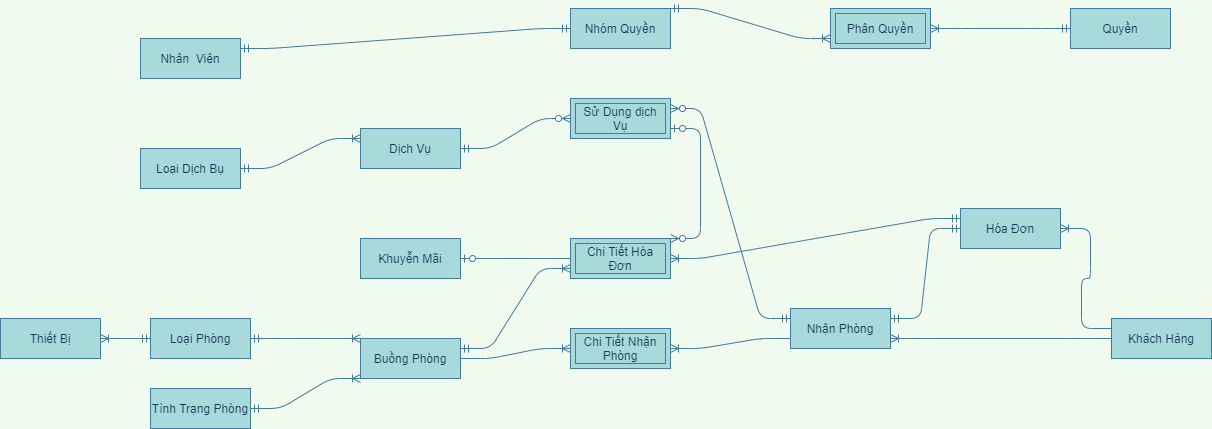
This is EntityRelationship-QLKS.png from maialino123/QLKS, a draw.io export, as it was before one commit. Source tidied: cells renumbered, new cells last; positions are measured from the earlier drawing's top-left corner, leaving out a move shared by most shapes.
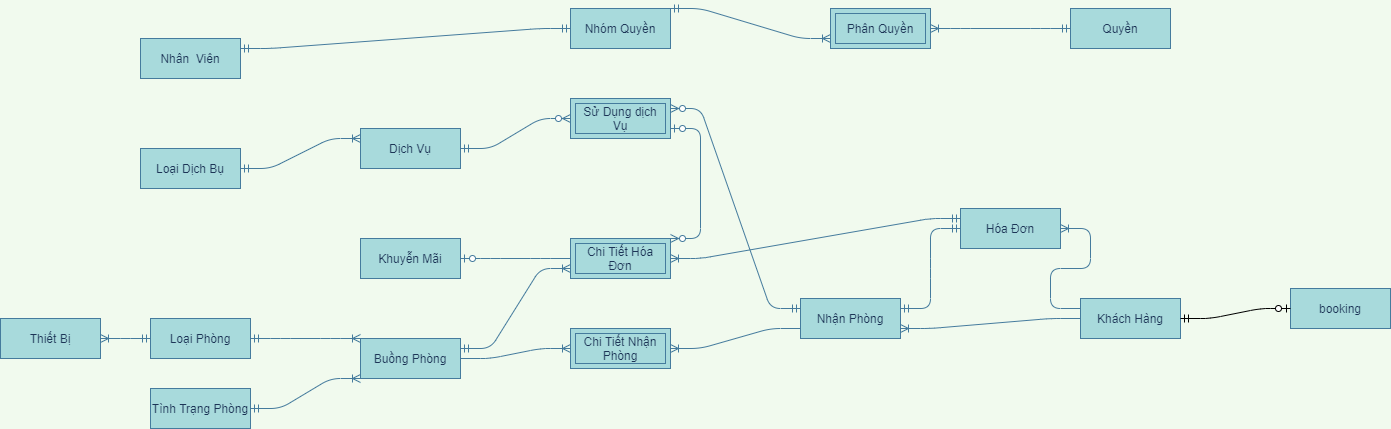
Later version of the same file.

The edit, as a diff of the source:
```diff
@@ -99,13 +99,19 @@
       <mxGeometry x="360" y="330" width="100" height="40" as="geometry" />
     </mxCell>
     <mxCell id="34" value="Nhận Phòng" style="whiteSpace=wrap;html=1;align=center;rounded=0;sketch=0;strokeColor=#457B9D;fillColor=#A8DADC;fontColor=#1D3557;" parent="1" vertex="1">
-      <mxGeometry x="790" y="300" width="100" height="40" as="geometry" />
+      <mxGeometry x="800" y="290" width="100" height="40" as="geometry" />
     </mxCell>
     <mxCell id="35" value="Khách Hàng" style="whiteSpace=wrap;html=1;align=center;rounded=0;sketch=0;strokeColor=#457B9D;fillColor=#A8DADC;fontColor=#1D3557;" parent="1" vertex="1">
-      <mxGeometry x="1111" y="310" width="100" height="40" as="geometry" />
+      <mxGeometry x="1080" y="290" width="100" height="40" as="geometry" />
     </mxCell>
     <mxCell id="36" value="Hóa Đơn" style="whiteSpace=wrap;html=1;align=center;rounded=0;sketch=0;strokeColor=#457B9D;fillColor=#A8DADC;fontColor=#1D3557;" parent="1" vertex="1">
       <mxGeometry x="960" y="200" width="100" height="40" as="geometry" />
     </mxCell>
+    <mxCell id="37" value="booking" style="whiteSpace=wrap;html=1;align=center;rounded=0;sketch=0;strokeColor=#457B9D;fillColor=#A8DADC;fontColor=#1D3557;" parent="1" vertex="1">
+      <mxGeometry x="1290" y="280" width="100" height="40" as="geometry" />
+    </mxCell>
+    <mxCell id="38" style="edgeStyle=entityRelationEdgeStyle;fontSize=12;html=1;endArrow=ERzeroToOne;startArrow=ERmandOne;entryX=0;entryY=0.5;entryDx=0;entryDy=0;exitX=1;exitY=0.5;exitDx=0;exitDy=0;" parent="1" edge="1" source="35" target="37">
+      <mxGeometry relative="1" as="geometry" />
+    </mxCell>
   </root>
 </mxGraphModel>
```
